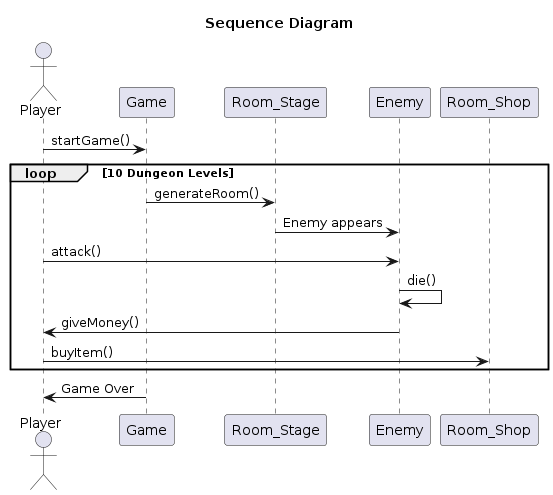
Before: game/uml/Process View.png, a diagram exported from PlantUML (paulconnett/oop-group-final). Its diagram source:
```plantuml
@startuml Process View
title Sequence Diagram

actor Player
participant Game
participant Room_Stage
participant Enemy
participant Room_Shop

Player -> Game : startGame()

loop 10 Dungeon Levels
    Game -> Room_Stage : generateRoom()
    Room_Stage -> Enemy : Enemy appears
    Player -> Enemy : attack()
    Enemy -> Enemy : die()
    Player <- Enemy : giveMoney()
    Player -> Room_Shop : buyItem()
end

Game -> Player : Game Over
@enduml
```
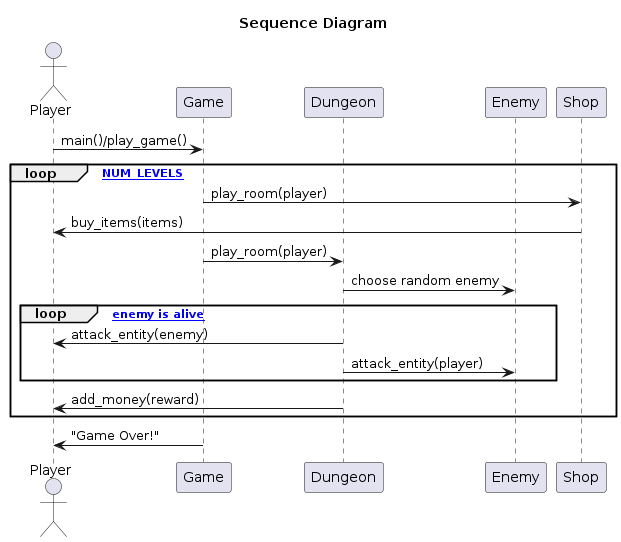
The same diagram one commit later.

What changed in the source:
```diff
@@ -2,21 +2,29 @@
 title Sequence Diagram
 
 actor Player
+
 participant Game
-participant Room_Stage
+participant Dungeon
 participant Enemy
-participant Room_Shop
+participant Shop
 
-Player -> Game : startGame()
+Player -> Game : main()/play_game()
 
-loop 10 Dungeon Levels
-    Game -> Room_Stage : generateRoom()
-    Room_Stage -> Enemy : Enemy appears
-    Player -> Enemy : attack()
-    Enemy -> Enemy : die()
-    Player <- Enemy : giveMoney()
-    Player -> Room_Shop : buyItem()
+loop [NUM_LEVELS]
+  Game -> Shop : play_room(player)
+  Shop -> Player : buy_items(items)
+
+  Game -> Dungeon : play_room(player)
+  Dungeon -> Enemy : choose random enemy
+
+  loop [while enemy is alive]
+    Dungeon -> Player : attack_entity(enemy)
+    Dungeon -> Enemy : attack_entity(player)
+  end
+
+  Dungeon -> Player : add_money(reward)
 end
 
-Game -> Player : Game Over
+Game -> Player : "Game Over!"
+
 @enduml
```
